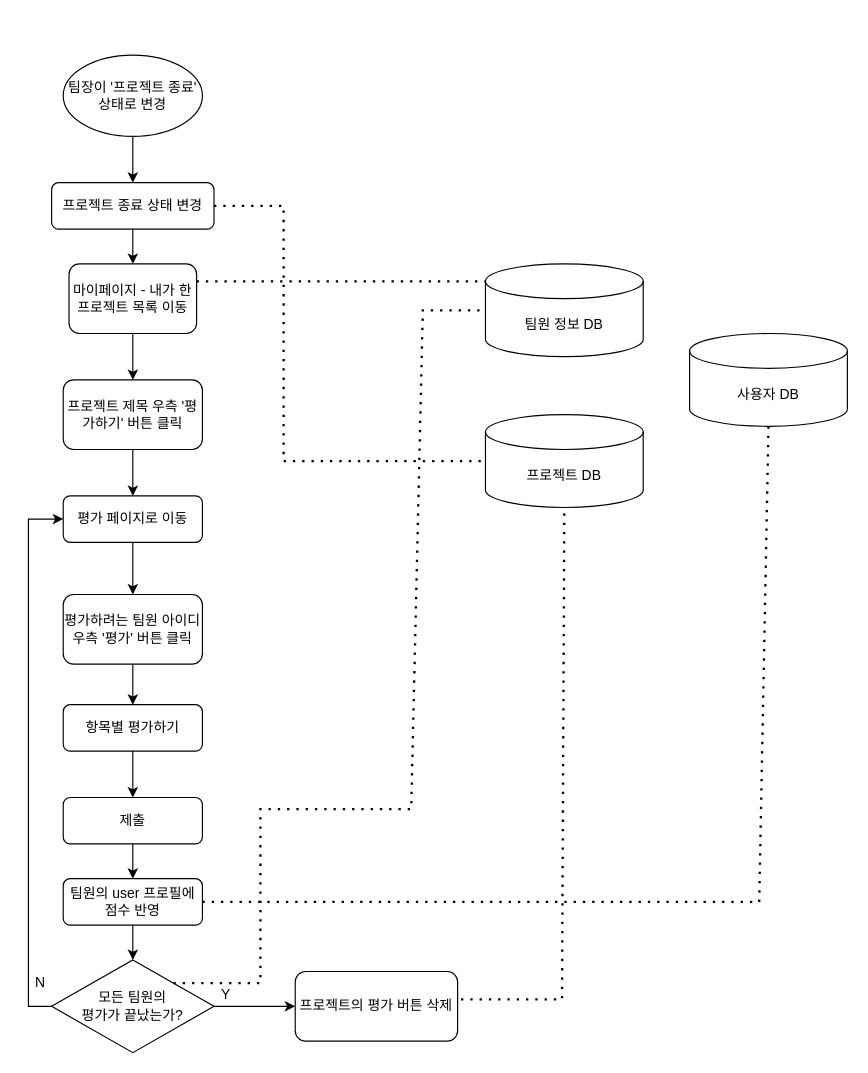
Above: ServerSystem/Evaluation.drawio in ash0814/univ_assignments (draw.io), before the change. Source tidied: cells renumbered, new cells numbered last; positions are measured from the earlier drawing's top-left corner, leaving out a move shared by most shapes. Both pictures are drawn from the tidied source at 116%, with x=0, y=0 at pixel (28, 55).
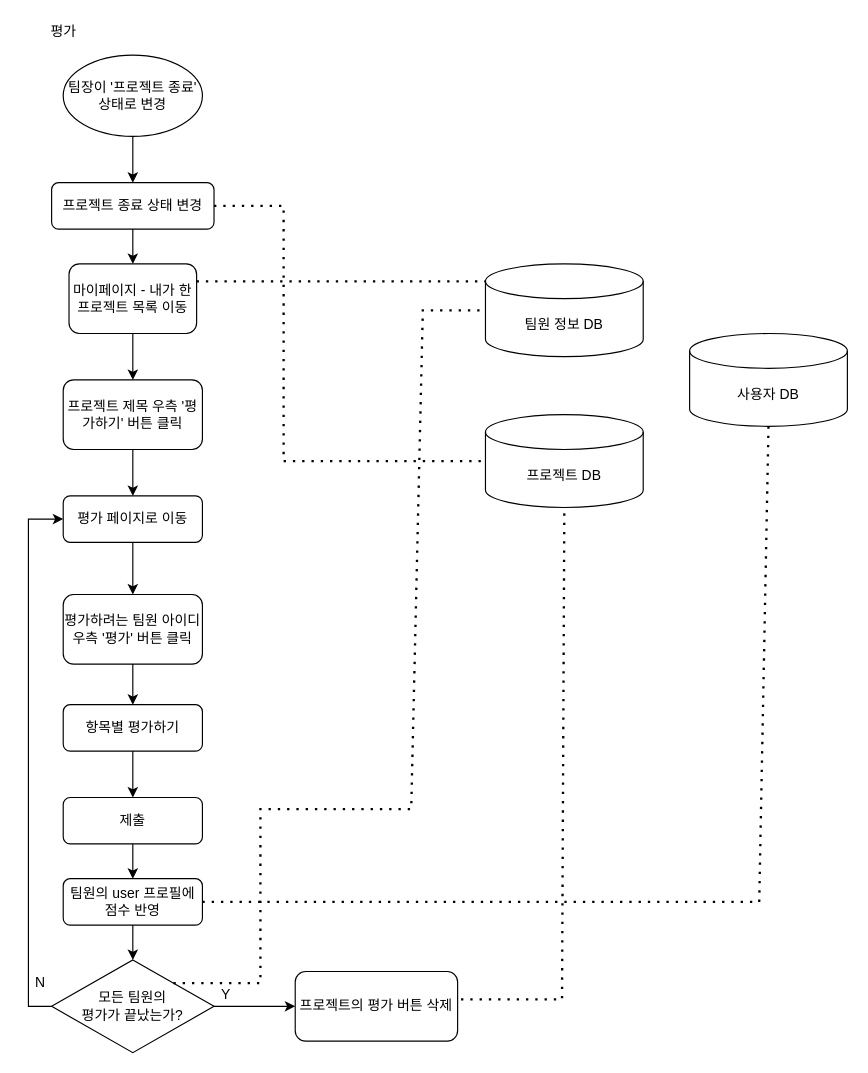
After the change.

Change to the diagram source:
```diff
@@
+    <mxCell id="34" value="평가" style="text;html=1;align=center;verticalAlign=middle;strokeColor=none;fillColor=none;" parent="1" vertex="1">
+      <mxGeometry x="10" y="-30" width="40" height="20" as="geometry" />
+    </mxCell>
```
